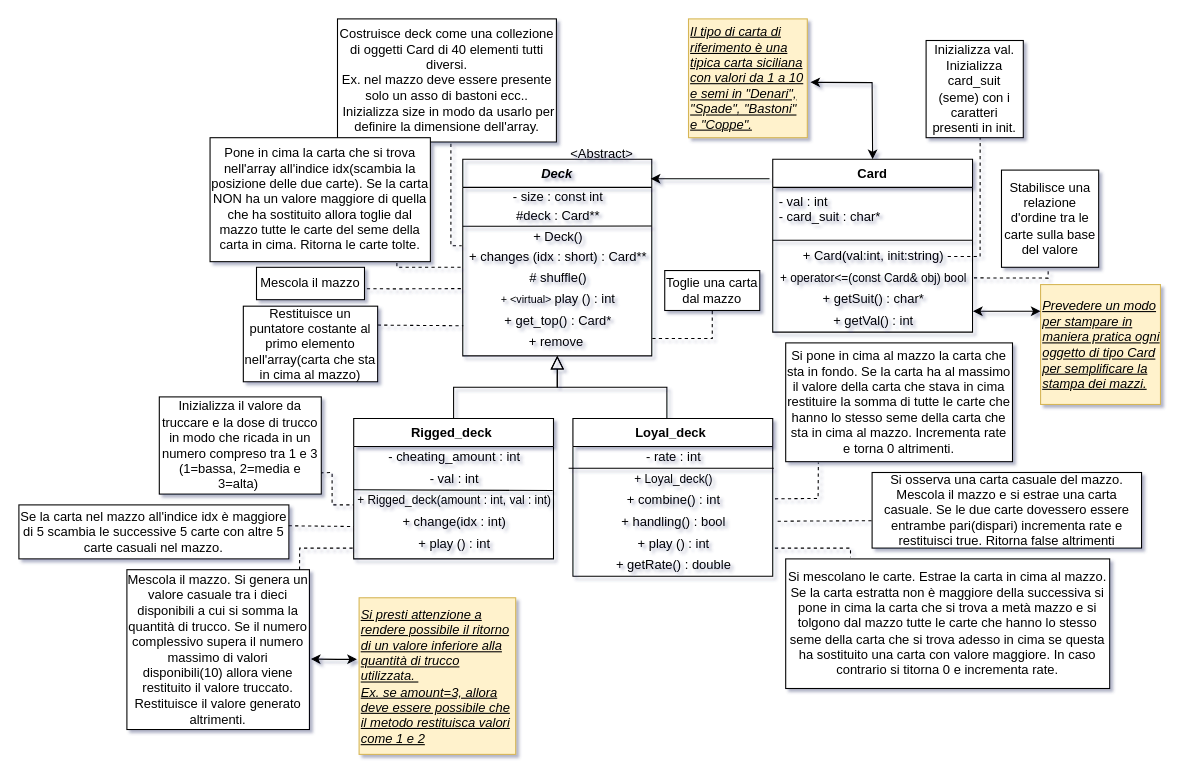
Above: Lab.-ProgI-AA-2022/Deck/DiagrammaDeck.drawio in nameisalfio/ProgI (draw.io), before the change. Source tidied: cells renumbered, new cells numbered last; positions are measured from the earlier drawing's top-left corner, leaving out a move shared by most shapes. Both pictures are drawn from the tidied source at 108%, with x=0, y=0 at pixel (18, 18).
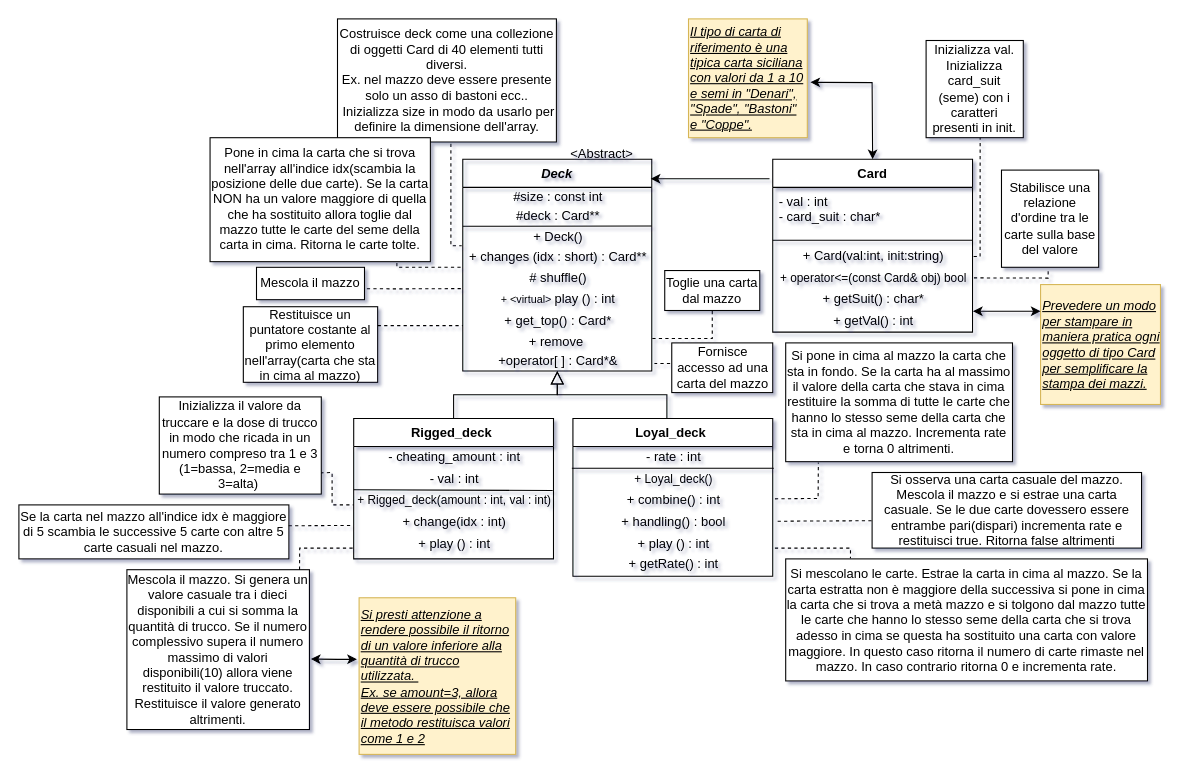
Above is the later version.

The change refers to these unchanged cells:
```xml
<mxCell id="10" value="+ get_top() : Card*" style="text;html=1;align=center;verticalAlign=middle;points=[];fillColor=none;rounded=0;" parent="2" vertex="1">
  <mxGeometry y="140" width="175" height="20" as="geometry" />
</mxCell>
<mxCell id="17" value="+ change(idx : int)" style="text;html=1;align=center;verticalAlign=middle;points=[];strokeColor=none;fillColor=none;rounded=0;" parent="12" vertex="1">
  <mxGeometry y="86" width="185" height="20" as="geometry" />
</mxCell>
<mxCell id="29" value="Inizializza val.&lt;br&gt;Inizializza card_suit (seme) con i caratteri presenti in init." style="whiteSpace=wrap;html=1;rounded=0;" parent="1" vertex="1">
  <mxGeometry x="840" y="20" width="90" height="90" as="geometry" />
</mxCell>
<mxCell id="50" value="Se la carta nel mazzo all'indice idx è maggiore di 5 scambia le successive 5 carte con altre 5 carte casuali nel mazzo." style="rounded=0;whiteSpace=wrap;html=1;" parent="1" vertex="1">
  <mxGeometry y="450" width="250" height="50" as="geometry" />
</mxCell>
<mxCell id="52" value="Loyal_deck " style="swimlane;fontStyle=1;align=center;verticalAlign=top;horizontal=1;startSize=26;rounded=0;shadow=0;strokeWidth=1;" parent="1" vertex="1">
  <mxGeometry x="513" y="370" width="185" height="146" as="geometry" />
</mxCell>
```

Diff of the diagram source:
```diff
@@
     <mxCell id="2" value="Deck" style="swimlane;fontStyle=3;align=center;verticalAlign=top;horizontal=1;startSize=26;rounded=0;shadow=0;strokeWidth=1;fillColor=none;" parent="1" vertex="1">
-      <mxGeometry x="411" y="130" width="175" height="182" as="geometry" />
+      <mxGeometry x="411" y="130" width="175" height="196" as="geometry" />
     </mxCell>
-    <mxCell id="3" value="- size : const int" style="text;html=1;align=center;verticalAlign=middle;fillColor=none;rounded=0;" parent="2" vertex="1">
+    <mxCell id="3" value="#size : const int" style="text;html=1;align=center;verticalAlign=middle;fillColor=none;rounded=0;" parent="2" vertex="1">
       <mxGeometry y="26" width="175" height="18" as="geometry" />
     </mxCell>
@@
+    <mxCell id="71" value="+operator[ ] : Card*&amp;amp;" style="text;html=1;align=center;verticalAlign=middle;points=[];fillColor=none;rounded=0;" parent="2" vertex="1">
+      <mxGeometry y="178" width="175" height="18" as="geometry" />
+    </mxCell>
@@
     <mxCell id="30" style="endArrow=none;dashed=1;html=1;rounded=0;entryX=0.556;entryY=1;entryDx=0;entryDy=0;entryPerimeter=0;" parent="1" edge="1" target="29">
       <mxGeometry relative="1" as="geometry">
-        <mxPoint x="860" y="220" as="sourcePoint" />
+        <mxPoint x="884" y="220" as="sourcePoint" />
         <Array as="points">
           <mxPoint x="890" y="220" />
         </Array>
       </mxGeometry>
     </mxCell>
@@
     <mxCell id="43" value="Restituisce un puntatore costante al primo elemento nell'array(carta che sta in cima al mazzo)" style="whiteSpace=wrap;html=1;rounded=0;" parent="1" vertex="1">
-      <mxGeometry x="207.8" y="266" width="124.4" height="70" as="geometry" />
+      <mxGeometry x="207.8" y="266.5" width="124.4" height="70" as="geometry" />
     </mxCell>
-    <mxCell id="44" style="endArrow=none;dashed=1;html=1;rounded=0;entryX=0.003;entryY=0.707;entryDx=0;entryDy=0;entryPerimeter=0;exitX=1;exitY=0.25;exitDx=0;exitDy=0;" parent="1" edge="1" source="43" target="10">
-      <mxGeometry relative="1" as="geometry" />
+    <mxCell id="44" style="endArrow=none;dashed=1;html=1;rounded=0;exitX=1;exitY=0.25;exitDx=0;exitDy=0;" parent="1" edge="1" source="43">
+      <mxGeometry relative="1" as="geometry">
+        <mxPoint x="411" y="284" as="targetPoint" />
+      </mxGeometry>
     </mxCell>
@@
-    <mxCell id="49" value="Si mescolano le carte. Estrae la carta in cima al mazzo. Se la carta estratta non è maggiore della successiva si pone in cima la carta che si trova a metà mazzo e si tolgono dal mazzo tutte le carte che hanno lo stesso seme della carta che si trova adesso in cima se questa ha sostituito una carta con valore maggiore. In caso contrario si titorna 0 e incrementa rate." style="rounded=0;whiteSpace=wrap;html=1;" parent="1" vertex="1">
-      <mxGeometry x="710" y="500" width="300" height="120" as="geometry" />
+    <mxCell id="49" value="Si mescolano le carte. Estrae la carta in cima al mazzo. Se la carta estratta non è maggiore della successiva si pone in cima la carta che si trova a metà mazzo e si tolgono dal mazzo tutte le carte che hanno lo stesso seme della carta che si trova adesso in cima se questa ha sostituito una carta con valore maggiore. In questo caso ritorna il numero di carte rimaste nel mazzo. In caso contrario ritorna 0 e incrementa rate." style="rounded=0;whiteSpace=wrap;html=1;" parent="1" vertex="1">
+      <mxGeometry x="710" y="500" width="335" height="113" as="geometry" />
     </mxCell>
@@
-    <mxCell id="51" style="endArrow=none;dashed=1;html=1;rounded=0;fontSize=11;exitX=0.999;exitY=0.387;exitDx=0;exitDy=0;exitPerimeter=0;entryX=0;entryY=0.7;entryDx=0;entryDy=0;entryPerimeter=0;" parent="1" edge="1" source="50" target="17">
-      <mxGeometry relative="1" as="geometry" />
+    <mxCell id="51" style="endArrow=none;dashed=1;html=1;rounded=0;fontSize=11;exitX=0.999;exitY=0.387;exitDx=0;exitDy=0;exitPerimeter=0;" parent="1" edge="1" source="50">
+      <mxGeometry relative="1" as="geometry">
+        <mxPoint x="309" y="469" as="targetPoint" />
+      </mxGeometry>
     </mxCell>
@@
     <mxCell id="54" style="endArrow=none;html=1;rounded=0;fontSize=12;" parent="52" edge="1">
       <mxGeometry relative="1" as="geometry">
-        <mxPoint x="-4" y="46" as="sourcePoint" />
+        <mxPoint x="-1" y="46" as="sourcePoint" />
         <mxPoint x="186" y="46" as="targetPoint" />
       </mxGeometry>
     </mxCell>
@@
-    <mxCell id="59" value="+ getRate() : double" style="text;html=1;align=center;verticalAlign=middle;strokeColor=none;fillColor=none;rounded=0;" parent="52" vertex="1">
-      <mxGeometry y="126" width="185" height="20" as="geometry" />
+    <mxCell id="59" value="+ getRate() : int" style="text;html=1;align=center;verticalAlign=middle;strokeColor=none;fillColor=none;rounded=0;" parent="52" vertex="1">
+      <mxGeometry y="126" width="185" height="18" as="geometry" />
     </mxCell>
-    <mxCell id="60" style="endArrow=none;dashed=1;html=1;rounded=0;fontSize=12;entryX=0.2;entryY=-0.012;entryDx=0;entryDy=0;entryPerimeter=0;" parent="1" edge="1" target="49">
+    <mxCell id="60" style="endArrow=none;dashed=1;html=1;rounded=0;fontSize=12;entryX=0.179;entryY=-0.006;entryDx=0;entryDy=0;entryPerimeter=0;" parent="1" edge="1" target="49">
       <mxGeometry relative="1" as="geometry">
         <mxPoint x="700" y="490" as="sourcePoint" />
         <Array as="points">
           <mxPoint x="770" y="490" />
         </Array>
       </mxGeometry>
     </mxCell>
@@
+    <mxCell id="72" value="Fornisce accesso ad una carta del mazzo" style="rounded=0;whiteSpace=wrap;html=1;" parent="1" vertex="1">
+      <mxGeometry x="604.5" y="300" width="93.5" height="46" as="geometry" />
+    </mxCell>
+    <mxCell id="73" style="endArrow=none;dashed=1;html=1;rounded=0;entryX=1.014;entryY=0.619;entryDx=0;entryDy=0;entryPerimeter=0;" parent="1" edge="1" target="71">
+      <mxGeometry relative="1" as="geometry">
+        <mxPoint x="603" y="319" as="sourcePoint" />
+      </mxGeometry>
+    </mxCell>
```
